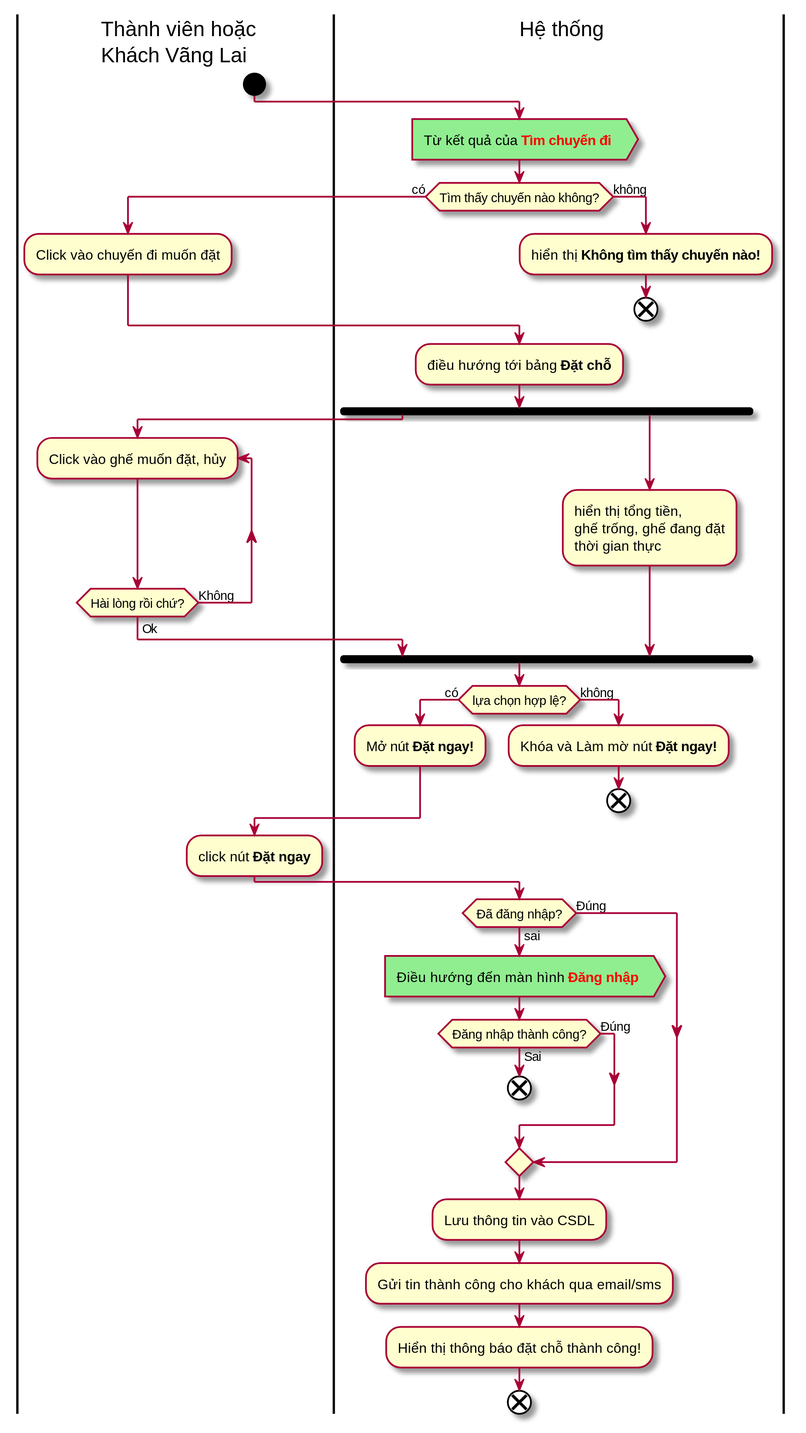
Before: Documents/working/Giap/usecases_and_flow_charts/book_trip.svg, a diagram exported from PlantUML (tungdduy/funixCP). The source it was exported from:
```plantuml
@startuml
skinparam dpi 200


|user| Thành viên hoặc\n Khách Vãng Lai
start
|system| Hệ thống
#lightgreen:Từ kết quả của <b><color:red>Tìm chuyến đi</color></b> >
if (Tìm thấy chuyến nào không?) then (có)
	|user|
	:Click vào chuyến đi muốn đặt;
else (không)
	|system|
	:hiển thị <b>Không tìm thấy chuyến nào!</b>;
	end
endif

|system|
	:điều hướng tới bảng <b>Đặt chỗ</b>;
	fork
|user|
	repeat :Click vào ghế muốn đặt, hủy;
	repeat while (Hài lòng rồi chứ?) is (Không)
	->Ok;
|system|
	fork again
	:hiển thị tổng tiền,
	ghế trống, ghế đang đặt
	thời gian thực;
end fork
if (lựa chọn hợp lệ?) then (có)
	:Mở nút <b>Đặt ngay!</b>;
else (không)
	:Khóa và Làm mờ nút <b>Đặt ngay!</b>;
	end
endif
|user|
:click nút <b>Đặt ngay</b>;
|system|
if (Đã đăng nhập?) then (Đúng)

else (sai)
	#lightgreen:Điều hướng đến màn hình <b><color:red>Đăng nhập</color></b> >
	if (Đăng nhập thành công?) then (Sai)
		end
	else (Đúng)
	endif

endif

:Lưu thông tin vào CSDL;
:Gửi tin thành công cho khách qua email/sms;
:Hiển thị thông báo đặt chỗ thành công!;
end
@enduml
```
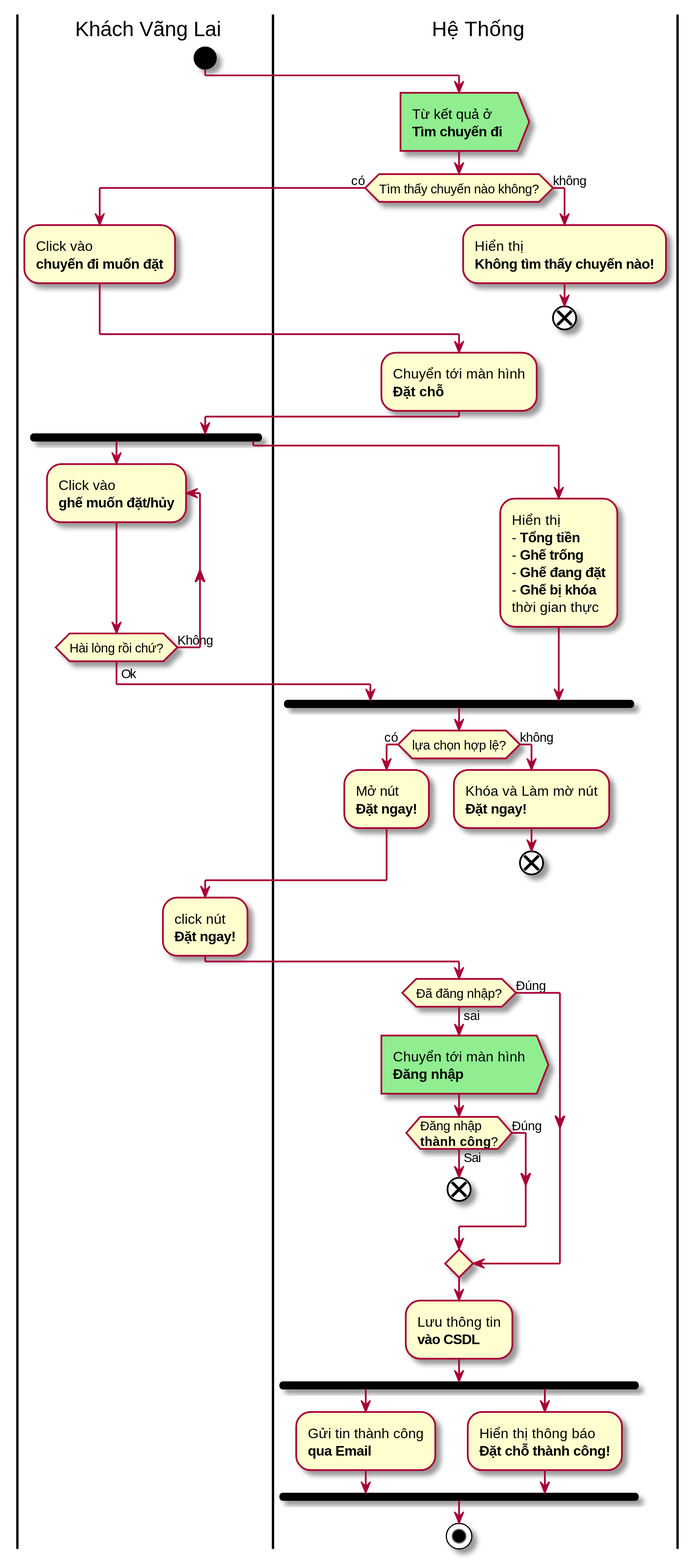
After the commit.

Diff of the diagram source:
```diff
@@ -2,54 +2,90 @@
 skinparam dpi 200
 
 
-|user| Thành viên hoặc\n Khách Vãng Lai
-start
-|system| Hệ thống
-#lightgreen:Từ kết quả của <b><color:red>Tìm chuyến đi</color></b> >
-if (Tìm thấy chuyến nào không?) then (có)
-	|user|
-	:Click vào chuyến đi muốn đặt;
-else (không)
-	|system|
-	:hiển thị <b>Không tìm thấy chuyến nào!</b>;
-	end
-endif
+|User| Khách Vãng Lai
+	start
 
-|system|
-	:điều hướng tới bảng <b>Đặt chỗ</b>;
-	fork
-|user|
-	repeat :Click vào ghế muốn đặt, hủy;
-	repeat while (Hài lòng rồi chứ?) is (Không)
-	->Ok;
-|system|
-	fork again
-	:hiển thị tổng tiền,
-	ghế trống, ghế đang đặt
-	thời gian thực;
-end fork
-if (lựa chọn hợp lệ?) then (có)
-	:Mở nút <b>Đặt ngay!</b>;
-else (không)
-	:Khóa và Làm mờ nút <b>Đặt ngay!</b>;
-	end
-endif
-|user|
-:click nút <b>Đặt ngay</b>;
-|system|
-if (Đã đăng nhập?) then (Đúng)
+|System| Hệ Thống
 
-else (sai)
-	#lightgreen:Điều hướng đến màn hình <b><color:red>Đăng nhập</color></b> >
-	if (Đăng nhập thành công?) then (Sai)
-		end
-	else (Đúng)
+	#lightgreen:Từ kết quả ở
+	<b>Tìm chuyến đi</b> >
+
+	if (Tìm thấy chuyến nào không?) then (có)
+		|User|
+			:Click vào
+			<b>chuyến đi muốn đặt</b>;
+	else (không)
+
+		|System|
+			:Hiển thị
+			<b>Không tìm thấy chuyến nào!</b>;
+
+			end
 	endif
 
-endif
+|System|
+	:Chuyển tới màn hình
+	<b>Đặt chỗ</b>;
 
-:Lưu thông tin vào CSDL;
-:Gửi tin thành công cho khách qua email/sms;
-:Hiển thị thông báo đặt chỗ thành công!;
-end
+|User|
+	fork
+		repeat :Click vào\n<b>ghế muốn đặt/hủy</b>;
+			repeat while (Hài lòng rồi chứ?) is (Không)
+		->Ok;
+|System|
+	fork again
+		:Hiển thị
+		- <b>Tổng tiền</b>
+		- <b>Ghế trống</b>
+		- <b>Ghế đang đặt</b>
+		- <b>Ghế bị khóa</b>
+		thời gian thực;
+
+	end fork
+
+	if (lựa chọn hợp lệ?) then (có)
+
+		:Mở nút
+		<b>Đặt ngay!</b>;
+
+	else (không)
+
+		:Khóa và Làm mờ nút
+		<b>Đặt ngay!</b>;
+		end
+	endif
+
+|User|
+	:click nút
+	<b>Đặt ngay!</b>;
+
+|System|
+
+	if (Đã đăng nhập?) then (Đúng)
+
+	else (sai)
+
+		#lightgreen:Chuyển tới màn hình
+		<b>Đăng nhập</b> >
+
+		if (Đăng nhập\n<b>thành công</b>?) then (Sai)
+			end
+		else (Đúng)
+
+		endif
+
+	endif
+
+	:Lưu thông tin
+	<b>vào CSDL</b>;
+
+	fork
+		:Gửi tin thành công
+		<b>qua Email</b>;
+	fork again
+		:Hiển thị thông báo
+		<b>Đặt chỗ thành công!</b>;
+	end fork
+
+	stop
 @enduml
```
